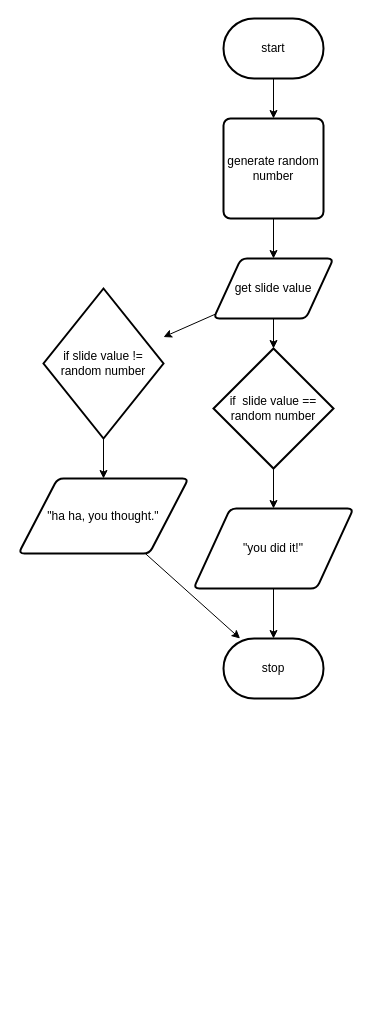
Before: design/flowchart.drawio in sophie-nguyen-0/ICS2O-unit5-01-slider, a draw.io diagram. Source tidied: cells renumbered, new cells numbered last; positions are measured from the earlier drawing's top-left corner, leaving out a move shared by most shapes. Both pictures are drawn from the tidied source at 100%, with x=0, y=0 at pixel (18, 18).
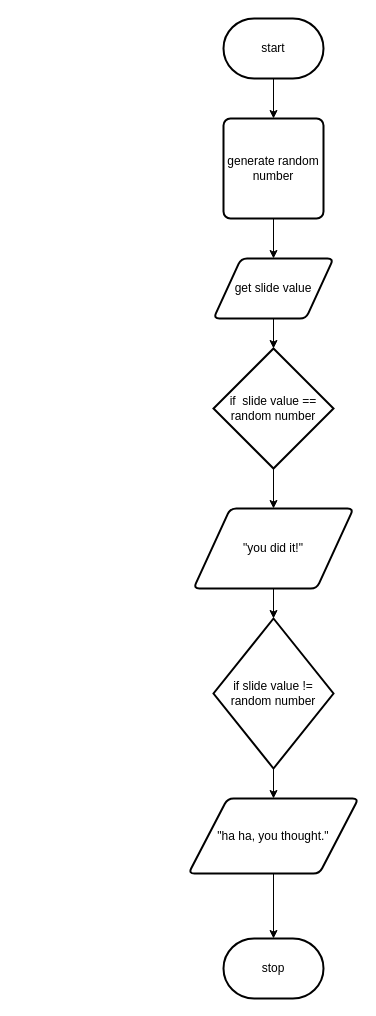
Above is the later version.

The edit, as a diff of the source:
```diff
@@
 <mxGraphModel>
   <root>
     <mxCell id="0" />
     <mxCell id="1" parent="0" />
     <mxCell id="2" style="edgeStyle=none;html=1;" parent="1" edge="1" source="3" target="5">
       <mxGeometry relative="1" as="geometry" />
     </mxCell>
     <mxCell id="3" value="start" style="strokeWidth=2;html=1;shape=mxgraph.flowchart.terminator;whiteSpace=wrap;" parent="1" vertex="1">
       <mxGeometry x="205" width="100" height="60" as="geometry" />
     </mxCell>
     <mxCell id="4" style="edgeStyle=none;html=1;" parent="1" edge="1" source="5" target="8">
       <mxGeometry relative="1" as="geometry" />
     </mxCell>
     <mxCell id="5" value="generate random number" style="rounded=1;whiteSpace=wrap;html=1;absoluteArcSize=1;arcSize=14;strokeWidth=2;" parent="1" vertex="1">
       <mxGeometry x="205" y="100" width="100" height="100" as="geometry" />
     </mxCell>
     <mxCell id="6" style="edgeStyle=none;html=1;" parent="1" edge="1" source="8" target="10">
       <mxGeometry relative="1" as="geometry" />
     </mxCell>
-    <mxCell id="7" style="edgeStyle=none;html=1;" parent="1" edge="1" source="8" target="15">
-      <mxGeometry relative="1" as="geometry" />
-    </mxCell>
     <mxCell id="8" value="get slide value" style="shape=parallelogram;html=1;strokeWidth=2;perimeter=parallelogramPerimeter;whiteSpace=wrap;rounded=1;arcSize=12;size=0.23;" parent="1" vertex="1">
       <mxGeometry x="195" y="240" width="120" height="60" as="geometry" />
     </mxCell>
     <mxCell id="9" style="edgeStyle=none;html=1;" parent="1" edge="1" source="10" target="12">
       <mxGeometry relative="1" as="geometry" />
     </mxCell>
     <mxCell id="10" value="if&amp;nbsp; slide value == random number" style="strokeWidth=2;html=1;shape=mxgraph.flowchart.decision;whiteSpace=wrap;" parent="1" vertex="1">
       <mxGeometry x="195" y="330" width="120" height="120" as="geometry" />
     </mxCell>
-    <mxCell id="11" style="edgeStyle=none;html=1;" parent="1" edge="1" source="12" target="13">
-      <mxGeometry relative="1" as="geometry" />
-    </mxCell>
+    <mxCell id="18" style="edgeStyle=none;html=1;" parent="1" edge="1" source="12" target="15">
+      <mxGeometry relative="1" as="geometry" />
+    </mxCell>
     <mxCell id="12" value="&quot;you did it!&quot;" style="shape=parallelogram;html=1;strokeWidth=2;perimeter=parallelogramPerimeter;whiteSpace=wrap;rounded=1;arcSize=12;size=0.23;" parent="1" vertex="1">
       <mxGeometry x="175" y="490" width="160" height="80" as="geometry" />
     </mxCell>
     <mxCell id="13" value="stop" style="strokeWidth=2;html=1;shape=mxgraph.flowchart.terminator;whiteSpace=wrap;" parent="1" vertex="1">
-      <mxGeometry x="205" y="620" width="100" height="60" as="geometry" />
+      <mxGeometry x="205" y="920" width="100" height="60" as="geometry" />
     </mxCell>
     <mxCell id="14" style="edgeStyle=none;html=1;" parent="1" edge="1" source="15" target="17">
       <mxGeometry relative="1" as="geometry" />
     </mxCell>
     <mxCell id="15" value="if slide value != random number" style="strokeWidth=2;html=1;shape=mxgraph.flowchart.decision;whiteSpace=wrap;" parent="1" vertex="1">
-      <mxGeometry x="25" y="270" width="120" height="150" as="geometry" />
+      <mxGeometry x="195" y="600" width="120" height="150" as="geometry" />
     </mxCell>
     <mxCell id="16" style="edgeStyle=none;html=1;" parent="1" edge="1" source="17" target="13">
       <mxGeometry relative="1" as="geometry" />
     </mxCell>
     <mxCell id="17" value="&quot;ha ha, you thought.&quot;" style="shape=parallelogram;html=1;strokeWidth=2;perimeter=parallelogramPerimeter;whiteSpace=wrap;rounded=1;arcSize=12;size=0.23;" parent="1" vertex="1">
-      <mxGeometry y="460" width="170" height="75" as="geometry" />
+      <mxGeometry x="170" y="780" width="170" height="75" as="geometry" />
     </mxCell>
   </root>
 </mxGraphModel>
```
